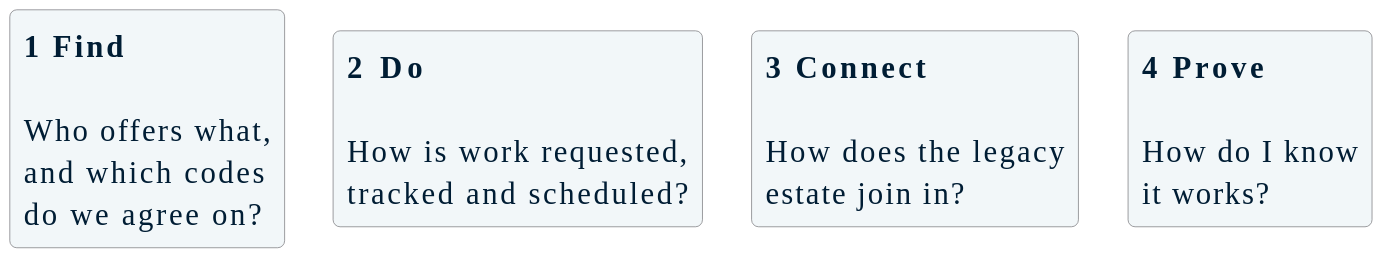
Earlier version of the PlantUML export 2026-10-29/2-FHIR-For-Services/slides/diagrams/services-families.svg (aehrc/qh-connectathon).
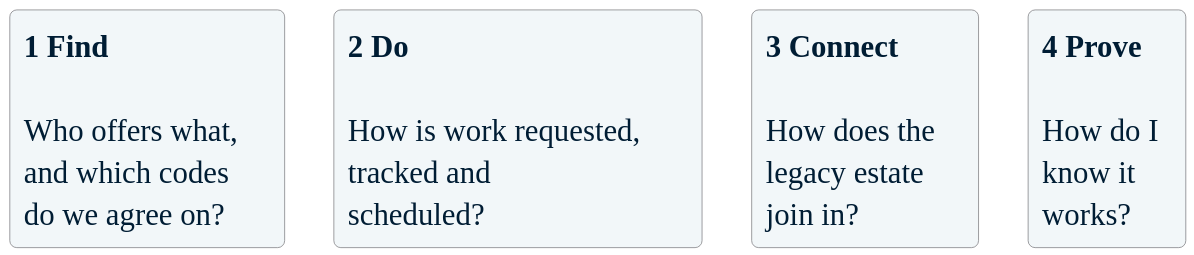
The same file after the commit.

Change to the diagram source:
```diff
@@ -7,9 +7,9 @@
 skinparam defaultFontSize 22
 
 rectangle "**1  Find**\n\nWho offers what,\nand which codes\ndo we agree on?" as F
-rectangle "**2  Do**\n\nHow is work requested,\ntracked and scheduled?" as D
-rectangle "**3  Connect**\n\nHow does the legacy\nestate join in?" as C
-rectangle "**4  Prove**\n\nHow do I know\nit works?" as P
+rectangle "**2  Do**\n\nHow is work requested,\ntracked and\nscheduled?" as D
+rectangle "**3  Connect**\n\nHow does the\nlegacy estate\njoin in?" as C
+rectangle "**4  Prove**\n\nHow do I\nknow it\nworks?" as P
 F -[hidden]right- D
 D -[hidden]right- C
 C -[hidden]right- P
```
